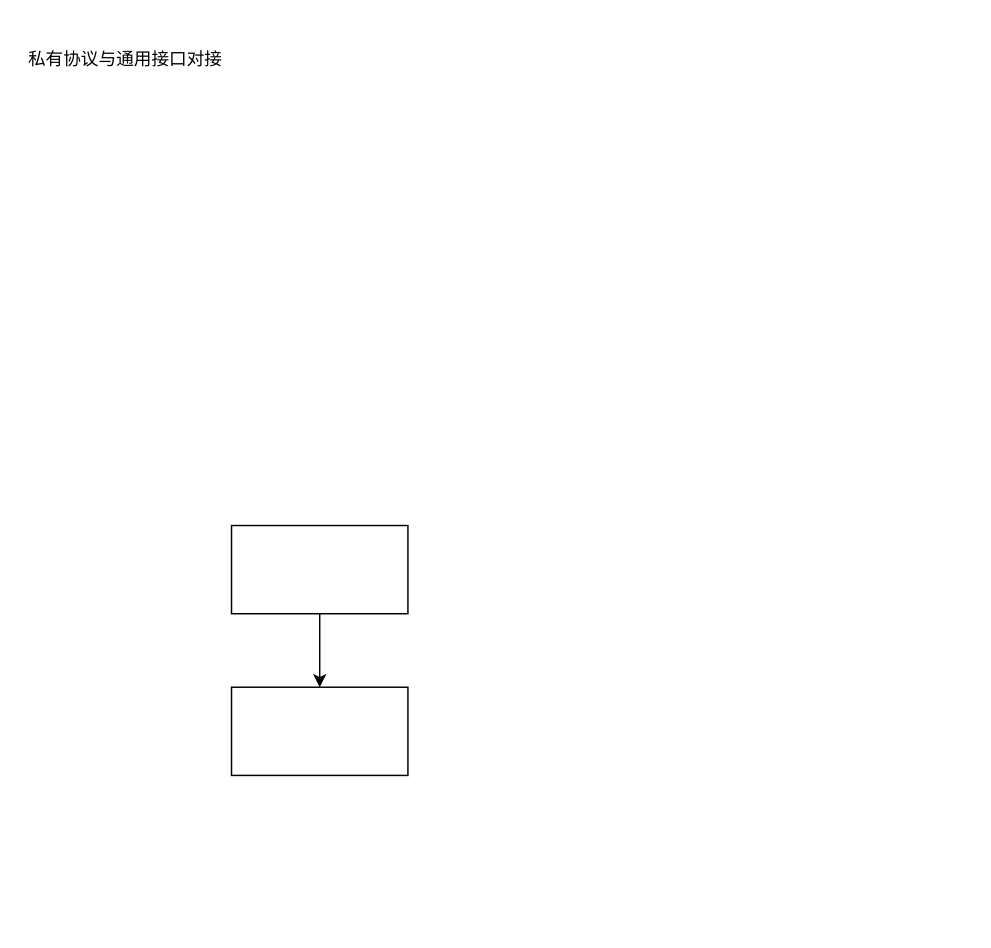
This is 重构串口程序.drawio from whatdyouwant/drawio, a draw.io file, before an edit. Source tidied: cells renumbered, new cells numbered last; positions are measured from the earlier drawing's top-left corner, leaving out a move shared by most shapes. Both pictures are drawn from the tidied source at 147%, with x=0, y=0 at pixel (25, 25).
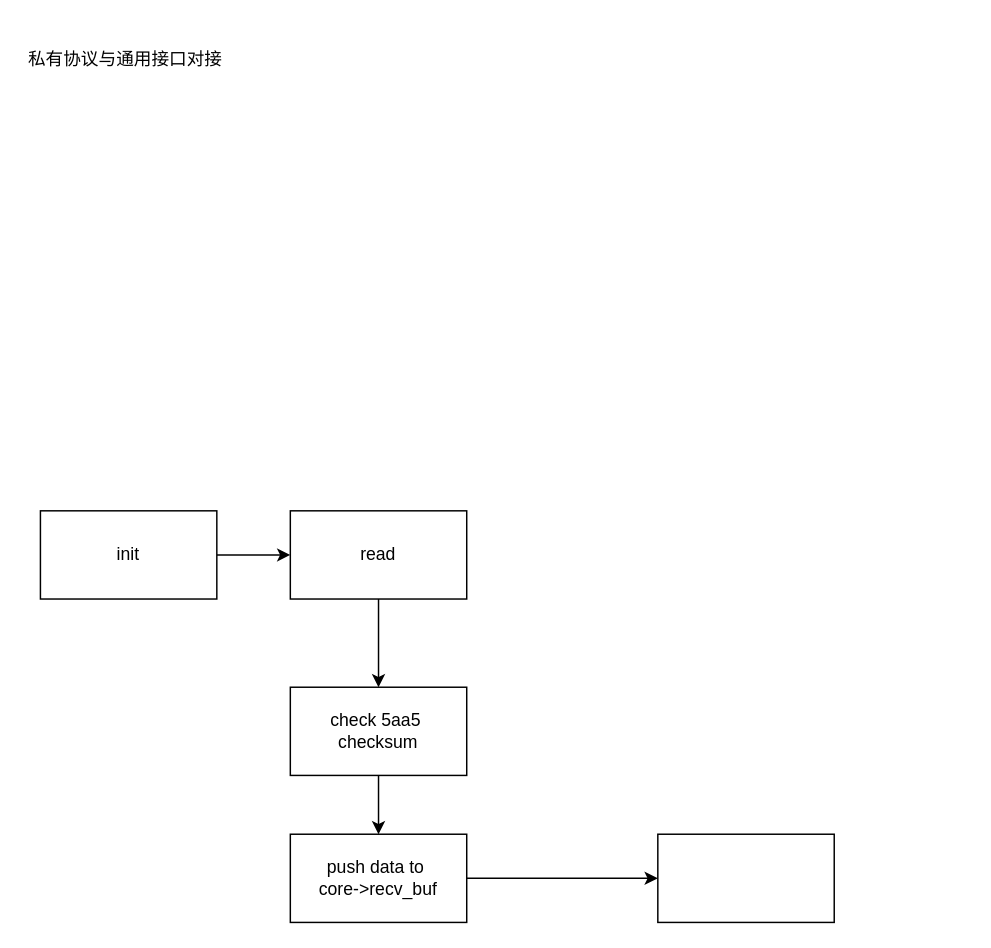
After the change.

Commit message:
更新重构串口程序.drawio

What changed in the source:
```diff
@@
 <mxGraphModel>
   <root>
     <mxCell id="0" />
     <mxCell id="1" parent="0" />
     <mxCell id="2" value="&lt;br&gt;私有协议与通用接口对接&lt;br&gt;&lt;br&gt;&lt;br&gt;&lt;br&gt;&lt;br&gt;&lt;br&gt;&lt;br&gt;&lt;br&gt;&lt;br&gt;&lt;br&gt;&lt;br&gt;&lt;br&gt;" style="text;html=1;strokeColor=none;fillColor=none;align=left;verticalAlign=middle;whiteSpace=wrap;rounded=0;" parent="1" vertex="1">
       <mxGeometry width="640" height="190" as="geometry" />
     </mxCell>
     <mxCell id="3" style="edgeStyle=orthogonalEdgeStyle;rounded=0;jettySize=auto;html=1;" parent="1" edge="1" source="4" target="5">
       <mxGeometry relative="1" as="geometry" />
     </mxCell>
-    <mxCell id="4" style="rounded=0;whiteSpace=wrap;html=1;" parent="1" vertex="1">
-      <mxGeometry x="140" y="340" width="120" height="60" as="geometry" />
+    <mxCell id="4" value="init" style="rounded=0;whiteSpace=wrap;html=1;" parent="1" vertex="1">
+      <mxGeometry x="10" y="330" width="120" height="60" as="geometry" />
     </mxCell>
+    <mxCell id="6" style="edgeStyle=orthogonalEdgeStyle;rounded=0;jettySize=auto;html=1;" parent="1" edge="1" source="5" target="11">
+      <mxGeometry relative="1" as="geometry" />
+    </mxCell>
-    <mxCell id="5" style="rounded=0;whiteSpace=wrap;html=1;" parent="1" vertex="1">
-      <mxGeometry x="140" y="450" width="120" height="60" as="geometry" />
+    <mxCell id="5" value="read" style="rounded=0;whiteSpace=wrap;html=1;" parent="1" vertex="1">
+      <mxGeometry x="180" y="330" width="120" height="60" as="geometry" />
     </mxCell>
+    <mxCell id="7" style="edgeStyle=orthogonalEdgeStyle;rounded=0;jettySize=auto;html=1;" parent="1" edge="1" source="8" target="9">
+      <mxGeometry relative="1" as="geometry" />
+    </mxCell>
+    <mxCell id="8" value="push data to&amp;nbsp;&lt;br&gt;core-&amp;gt;recv_buf" style="whiteSpace=wrap;html=1;rounded=0;" parent="1" vertex="1">
+      <mxGeometry x="180" y="550" width="120" height="60" as="geometry" />
+    </mxCell>
+    <mxCell id="9" style="whiteSpace=wrap;html=1;rounded=0;" parent="1" vertex="1">
+      <mxGeometry x="430" y="550" width="120" height="60" as="geometry" />
+    </mxCell>
+    <mxCell id="10" style="edgeStyle=orthogonalEdgeStyle;rounded=0;jettySize=auto;html=1;" parent="1" edge="1" source="11" target="8">
+      <mxGeometry relative="1" as="geometry" />
+    </mxCell>
+    <mxCell id="11" value="check 5aa5&amp;nbsp; checksum" style="whiteSpace=wrap;html=1;rounded=0;" parent="1" vertex="1">
+      <mxGeometry x="180" y="450" width="120" height="60" as="geometry" />
+    </mxCell>
   </root>
 </mxGraphModel>
```
